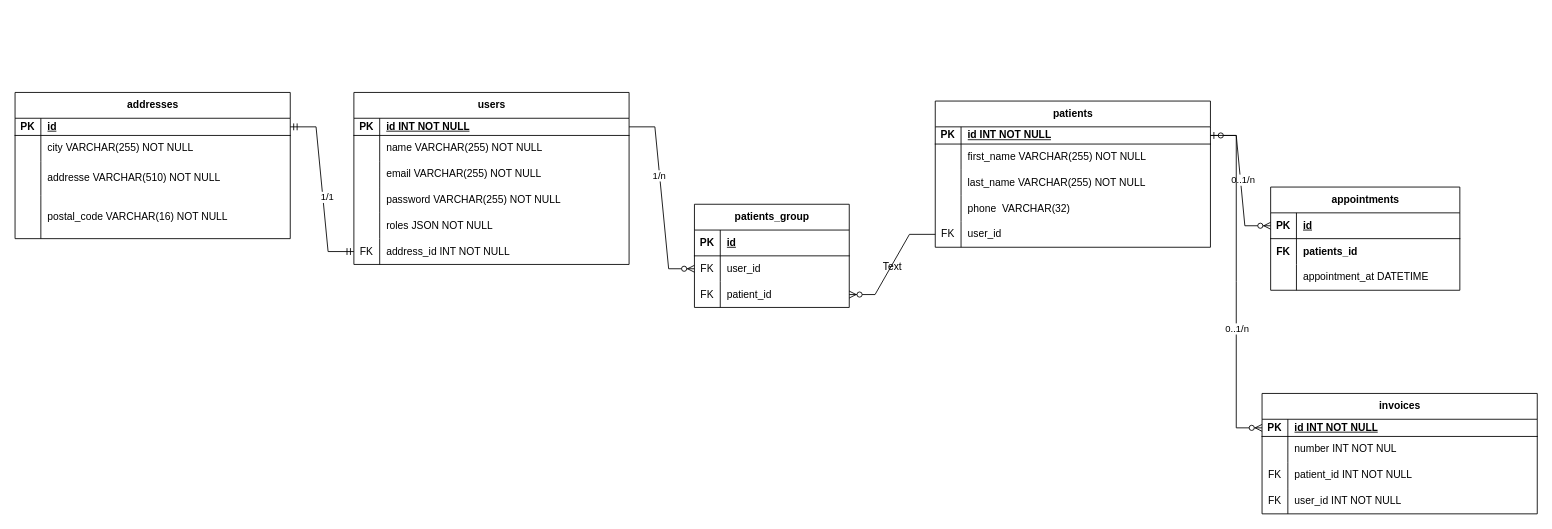
Before: page "Page-2" (2 of 2) of maquette.drawio in JulianPouech/project_psy_back, a draw.io diagram. Source tidied: cells renumbered, new cells numbered last; positions are measured from the earlier drawing's top-left corner, leaving out a move shared by most shapes. Both pictures are drawn from the tidied source at 86%, with x=0, y=0 at pixel (15, 92).
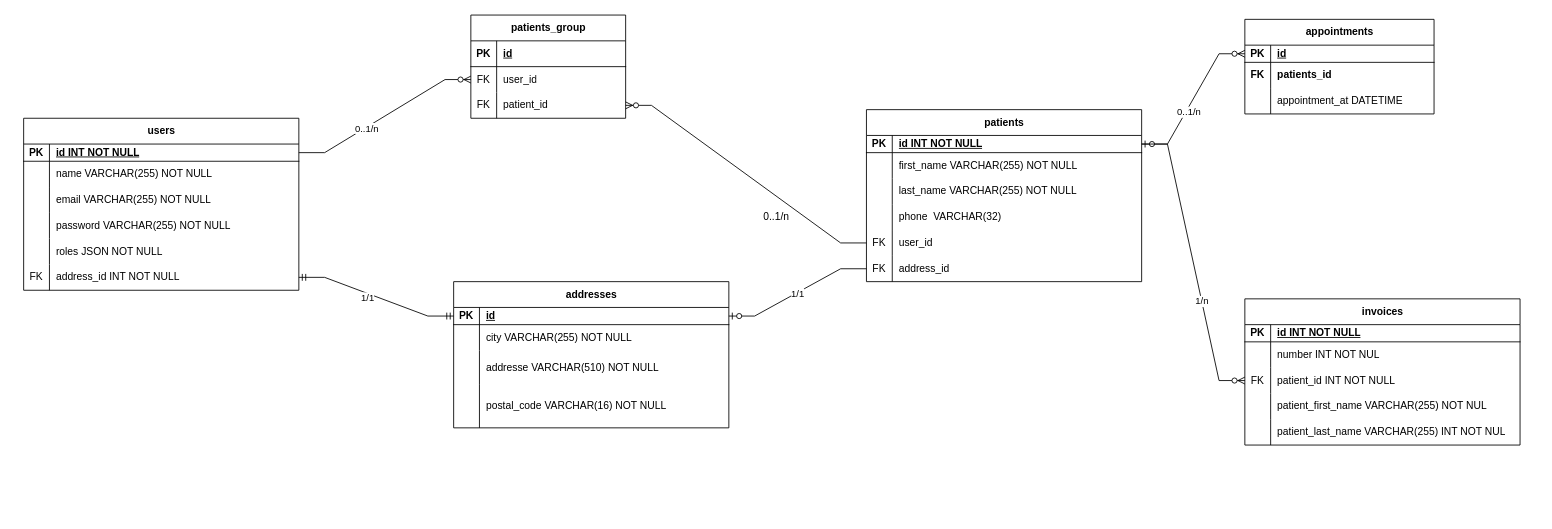
After the change.

The change refers to these unchanged cells:
```xml
<mxCell id="3" style="shape=tableRow;horizontal=0;startSize=0;swimlaneHead=0;swimlaneBody=0;fillColor=none;points=[[0,0.5],[1,0.5]];portConstraint=eastwest;top=0;left=0;right=0;bottom=1;" parent="2" vertex="1">
  <mxGeometry y="30" width="320" height="20" as="geometry" />
</mxCell>
<mxCell id="29" style="shape=tableRow;horizontal=0;startSize=0;swimlaneHead=0;swimlaneBody=0;fillColor=none;points=[[0,0.5],[1,0.5]];portConstraint=eastwest;top=0;left=0;right=0;bottom=1;" parent="28" vertex="1">
  <mxGeometry y="30" width="320" height="20" as="geometry" />
</mxCell>
<mxCell id="59" style="shape=tableRow;horizontal=0;startSize=0;swimlaneHead=0;swimlaneBody=0;fillColor=none;points=[[0,0.5],[1,0.5]];portConstraint=eastwest;top=0;left=0;right=0;bottom=0;" parent="43" vertex="1">
  <mxGeometry y="170" width="320" height="30" as="geometry" />
</mxCell>
<mxCell id="65" style="shape=tableRow;horizontal=0;startSize=0;swimlaneHead=0;swimlaneBody=0;fillColor=none;points=[[0,0.5],[1,0.5]];portConstraint=eastwest;top=0;left=0;right=0;bottom=1;" parent="64" vertex="1">
  <mxGeometry y="30" width="320" height="20" as="geometry" />
</mxCell>
<mxCell id="71" style="shape=tableRow;horizontal=0;startSize=0;swimlaneHead=0;swimlaneBody=0;fillColor=none;points=[[0,0.5],[1,0.5]];portConstraint=eastwest;top=0;left=0;right=0;bottom=0;" parent="64" vertex="1">
  <mxGeometry y="80" width="320" height="30" as="geometry" />
</mxCell>
<mxCell id="74" style="shape=tableRow;horizontal=0;startSize=0;swimlaneHead=0;swimlaneBody=0;fillColor=none;top=0;left=0;right=0;bottom=0;" parent="64" vertex="1">
  <mxGeometry y="110" width="320" height="30" as="geometry" />
</mxCell>
<mxCell id="89" style="edgeStyle=entityRelationEdgeStyle;fontSize=12;html=1;endArrow=ERzeroToMany;endFill=1;rounded=0;exitX=1;exitY=0.5;exitDx=0;exitDy=0;" parent="1" edge="1" source="44" target="83">
  <mxGeometry relative="1" as="geometry" />
</mxCell>
```

Change to the diagram source:
```diff
@@
     <mxCell id="2" value="patients" style="shape=table;startSize=30;childLayout=tableLayout;rowLines=0;fontStyle=1;align=center;html=1;" parent="1" vertex="1">
-      <mxGeometry x="1070" y="10" width="320" height="170" as="geometry" />
+      <mxGeometry x="990" y="20" width="320" height="200" as="geometry" />
     </mxCell>
@@
+    <mxCell id="93" style="shape=tableRow;horizontal=0;startSize=0;swimlaneHead=0;swimlaneBody=0;fillColor=none;points=[[0,0.5],[1,0.5]];portConstraint=eastwest;top=0;left=0;right=0;bottom=0;" parent="2" vertex="1">
+      <mxGeometry y="170" width="320" height="30" as="geometry" />
+    </mxCell>
+    <mxCell id="75" value="FK" style="shape=partialRectangle;fillColor=none;top=0;left=0;bottom=0;right=0;overflow=hidden;whiteSpace=wrap;html=1;" parent="93" vertex="1">
+      <mxGeometry width="30" height="30" as="geometry" />
+    </mxCell>
+    <mxCell id="94" value="address&lt;span style=&quot;background-color: initial;&quot;&gt;_id&lt;/span&gt;" style="shape=partialRectangle;fillColor=none;top=0;left=0;bottom=0;right=0;align=left;spacingLeft=6;overflow=hidden;whiteSpace=wrap;html=1;" parent="93" vertex="1">
+      <mxGeometry x="30" width="290" height="30" as="geometry" />
+    </mxCell>
     <mxCell id="18" value="appointments" style="shape=table;startSize=30;childLayout=tableLayout;rowLines=0;fontStyle=1;align=center;html=1;" parent="1" vertex="1">
-      <mxGeometry x="1460" y="110" width="220" height="120" as="geometry" />
+      <mxGeometry x="1430" y="-85" width="220" height="110" as="geometry" />
     </mxCell>
     <mxCell id="19" style="shape=tableRow;horizontal=0;startSize=0;swimlaneHead=0;swimlaneBody=0;fillColor=none;points=[[0,0.5],[1,0.5]];portConstraint=eastwest;top=0;left=0;right=0;bottom=1;" parent="18" vertex="1">
-      <mxGeometry y="30" width="220" height="30" as="geometry" />
+      <mxGeometry y="30" width="220" height="20" as="geometry" />
     </mxCell>
     <mxCell id="20" value="PK" style="shape=partialRectangle;fillColor=none;top=0;left=0;bottom=0;right=0;fontStyle=1;overflow=hidden;whiteSpace=wrap;html=1;" parent="19" vertex="1">
-      <mxGeometry width="30" height="30" as="geometry" />
+      <mxGeometry width="30" height="20" as="geometry" />
     </mxCell>
     <mxCell id="21" value="id" style="shape=partialRectangle;fillColor=none;top=0;left=0;bottom=0;right=0;align=left;spacingLeft=6;fontStyle=5;overflow=hidden;whiteSpace=wrap;html=1;" parent="19" vertex="1">
-      <mxGeometry x="30" width="190" height="30" as="geometry" />
+      <mxGeometry x="30" width="190" height="20" as="geometry" />
     </mxCell>
     <mxCell id="22" style="shape=tableRow;horizontal=0;startSize=0;swimlaneHead=0;swimlaneBody=0;fillColor=none;top=0;left=0;right=0;bottom=0;" parent="18" vertex="1">
-      <mxGeometry y="60" width="220" height="30" as="geometry" />
+      <mxGeometry y="50" width="220" height="30" as="geometry" />
     </mxCell>
@@
     <mxCell id="25" style="shape=tableRow;horizontal=0;startSize=0;swimlaneHead=0;swimlaneBody=0;fillColor=none;top=0;left=0;right=0;bottom=0;" parent="18" vertex="1">
-      <mxGeometry y="90" width="220" height="30" as="geometry" />
+      <mxGeometry y="80" width="220" height="30" as="geometry" />
     </mxCell>
@@
     <mxCell id="28" value="addresses" style="shape=table;startSize=30;childLayout=tableLayout;rowLines=0;fontStyle=1;align=center;html=1;" parent="1" vertex="1">
-      <mxGeometry width="320" height="170" as="geometry" />
+      <mxGeometry x="510" y="220" width="320" height="170" as="geometry" />
     </mxCell>
@@
     <mxCell id="43" value="users" style="shape=table;startSize=30;childLayout=tableLayout;rowLines=0;fontStyle=1;align=center;html=1;" parent="1" vertex="1">
-      <mxGeometry x="394" width="320" height="200" as="geometry" />
+      <mxGeometry x="10" y="30" width="320" height="200" as="geometry" />
     </mxCell>
@@
-    <mxCell id="62" style="edgeStyle=entityRelationEdgeStyle;fontSize=12;html=1;endArrow=ERmandOne;startArrow=ERmandOne;rounded=0;entryX=1;entryY=0.5;entryDx=0;entryDy=0;exitX=0;exitY=0.5;exitDx=0;exitDy=0;" parent="1" edge="1" source="59" target="29">
+    <mxCell id="62" style="edgeStyle=entityRelationEdgeStyle;fontSize=12;html=1;endArrow=ERmandOne;startArrow=ERmandOne;rounded=0;entryX=0;entryY=0.5;entryDx=0;entryDy=0;exitX=1;exitY=0.5;exitDx=0;exitDy=0;" parent="1" edge="1" source="59" target="29">
       <mxGeometry relative="1" as="geometry" />
     </mxCell>
@@
     <mxCell id="64" value="invoices" style="shape=table;startSize=30;childLayout=tableLayout;rowLines=0;fontStyle=1;align=center;html=1;" parent="1" vertex="1">
-      <mxGeometry x="1450" y="350" width="320" height="140" as="geometry" />
+      <mxGeometry x="1430" y="240" width="320" height="170" as="geometry" />
     </mxCell>
@@
-    <mxCell id="75" value="FK" style="shape=partialRectangle;fillColor=none;top=0;left=0;bottom=0;right=0;overflow=hidden;whiteSpace=wrap;html=1;" parent="74" vertex="1">
-      <mxGeometry width="30" height="30" as="geometry" />
-    </mxCell>
-    <mxCell id="76" value="user_id INT NOT NULL" style="shape=partialRectangle;fillColor=none;top=0;left=0;bottom=0;right=0;align=left;spacingLeft=6;overflow=hidden;whiteSpace=wrap;html=1;" parent="74" vertex="1">
-      <mxGeometry x="30" width="290" height="30" as="geometry" />
-    </mxCell>
+    <mxCell id="95" style="shape=partialRectangle;fillColor=none;top=0;left=0;bottom=0;right=0;overflow=hidden;whiteSpace=wrap;html=1;" parent="74" vertex="1">
+      <mxGeometry width="30" height="30" as="geometry" />
+    </mxCell>
+    <mxCell id="96" value="patient_first_name VARCHAR(255) NOT NUL" style="shape=partialRectangle;fillColor=none;top=0;left=0;bottom=0;right=0;align=left;spacingLeft=6;overflow=hidden;whiteSpace=wrap;html=1;" parent="74" vertex="1">
+      <mxGeometry x="30" width="290" height="30" as="geometry" />
+    </mxCell>
+    <mxCell id="97" style="shape=tableRow;horizontal=0;startSize=0;swimlaneHead=0;swimlaneBody=0;fillColor=none;top=0;left=0;right=0;bottom=0;" parent="64" vertex="1">
+      <mxGeometry y="140" width="320" height="30" as="geometry" />
+    </mxCell>
+    <mxCell id="98" style="shape=partialRectangle;fillColor=none;top=0;left=0;bottom=0;right=0;overflow=hidden;whiteSpace=wrap;html=1;" parent="97" vertex="1">
+      <mxGeometry width="30" height="30" as="geometry" />
+    </mxCell>
+    <mxCell id="99" value="patient_last_name VARCHAR(255) INT NOT NUL" style="shape=partialRectangle;fillColor=none;top=0;left=0;bottom=0;right=0;align=left;spacingLeft=6;overflow=hidden;whiteSpace=wrap;html=1;" parent="97" vertex="1">
+      <mxGeometry x="30" width="290" height="30" as="geometry" />
+    </mxCell>
-    <mxCell id="77" style="edgeStyle=entityRelationEdgeStyle;fontSize=12;html=1;endArrow=ERzeroToMany;endFill=1;rounded=0;exitX=1;exitY=0.5;exitDx=0;exitDy=0;entryX=0;entryY=0.5;entryDx=0;entryDy=0;" parent="1" edge="1" source="3" target="65">
+    <mxCell id="77" style="edgeStyle=entityRelationEdgeStyle;fontSize=12;html=1;endArrow=ERzeroToMany;endFill=1;rounded=0;exitX=1;exitY=0.5;exitDx=0;exitDy=0;entryX=0;entryY=0.5;entryDx=0;entryDy=0;" parent="1" edge="1" source="3" target="71">
       <mxGeometry relative="1" as="geometry" />
     </mxCell>
-    <mxCell id="78" value="0..1/n" style="edgeLabel;html=1;align=center;verticalAlign=middle;" parent="77" vertex="1">
+    <mxCell id="78" value="&lt;div&gt;1/n&lt;br&gt;&lt;/div&gt;" style="edgeLabel;html=1;align=center;verticalAlign=middle;" parent="77" vertex="1">
       <mxGeometry x="0.27" relative="1" as="geometry" />
     </mxCell>
     <mxCell id="79" value="patients_group" style="shape=table;startSize=30;childLayout=tableLayout;rowLines=0;fontStyle=1;align=center;html=1;" parent="1" vertex="1">
-      <mxGeometry x="790" y="130" width="180" height="120" as="geometry" />
+      <mxGeometry x="530" y="-90" width="180" height="120" as="geometry" />
     </mxCell>
@@
-    <mxCell id="90" value="1/n" style="edgeLabel;html=1;align=center;verticalAlign=middle;" parent="89" vertex="1">
+    <mxCell id="90" value="0..1/n" style="edgeLabel;html=1;align=center;verticalAlign=middle;" parent="89" vertex="1">
       <mxGeometry x="-0.23" y="-1" relative="1" as="geometry" />
     </mxCell>
-    <mxCell id="91" value="Text" style="text;html=1;align=center;verticalAlign=middle;strokeColor=none;fillColor=none;" parent="1" vertex="1">
-      <mxGeometry x="995" y="188" width="50" height="30" as="geometry" />
+    <mxCell id="91" value="0..1/n" style="text;html=1;align=center;verticalAlign=middle;strokeColor=none;fillColor=none;" parent="1" vertex="1">
+      <mxGeometry x="860" y="130" width="50" height="30" as="geometry" />
     </mxCell>
@@
+    <mxCell id="100" style="edgeStyle=entityRelationEdgeStyle;fontSize=12;html=1;endArrow=ERzeroToOne;endFill=1;rounded=0;entryX=1;entryY=0.5;entryDx=0;entryDy=0;exitX=0;exitY=0.5;exitDx=0;exitDy=0;" parent="1" edge="1" source="93" target="29">
+      <mxGeometry relative="1" as="geometry" />
+    </mxCell>
+    <mxCell id="101" value="1/1" style="edgeLabel;html=1;align=center;verticalAlign=middle;" parent="100" vertex="1">
+      <mxGeometry x="0.01" y="1" relative="1" as="geometry" />
+    </mxCell>
```
